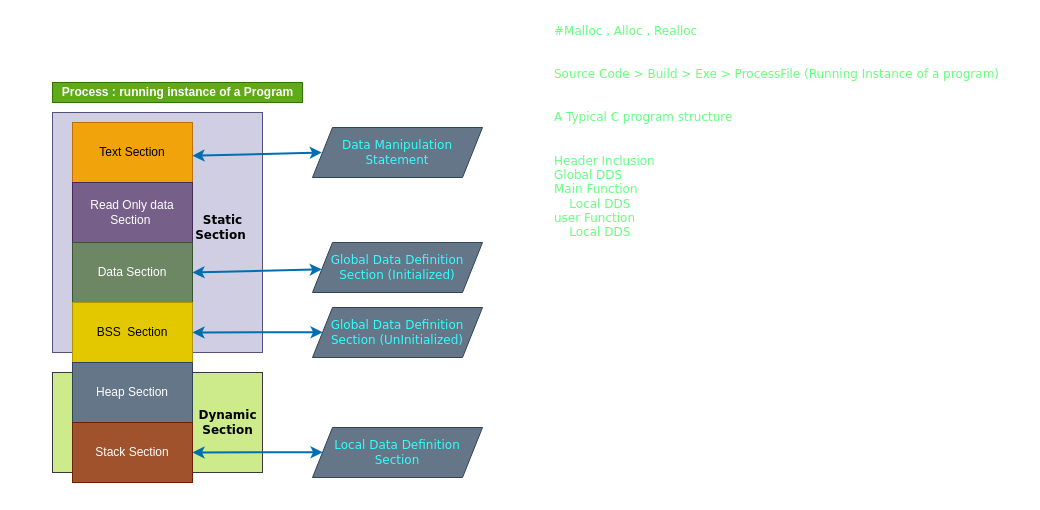
The draw.io diagram class/20230104_SESSION_052/alloc_malloc_realloc.drawio in sshrungare/a_year_in_c, before the edit. Source tidied: cells renumbered, new cells numbered last; positions are measured from the earlier drawing's top-left corner, leaving out a move shared by most shapes. Both pictures are drawn from the tidied source at 100%, with x=0, y=0 at pixel (52, 17).
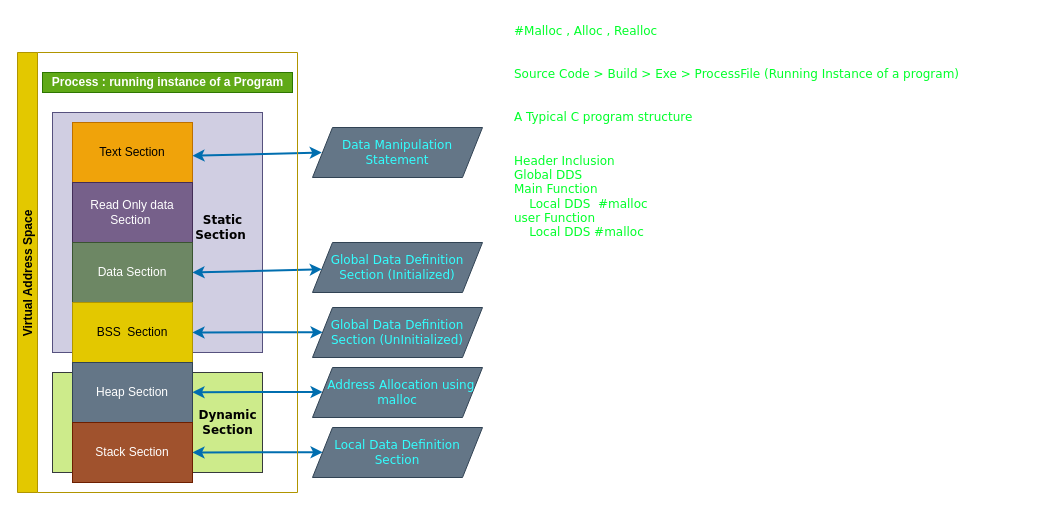
The same diagram, later.

Commit message (it also covers changes not shown here):
Added Dynamic Memory Allocation

The edit, as a diff of the source:
```diff
@@
-    <mxCell id="10" value="&lt;b&gt;Process : running instance of a Program&lt;/b&gt;" style="text;html=1;align=center;verticalAlign=middle;fillColor=#60a917;strokeColor=#2D7600;rounded=0;fontColor=#ffffff;" parent="1" vertex="1">
-      <mxGeometry y="65" width="250" height="20" as="geometry" />
-    </mxCell>
-    <mxCell id="11" value="#Malloc , Alloc , Realloc&#10;&#10;&#10;Source Code &amp;gt; Build &amp;gt; Exe &amp;gt; ProcessFile (Running Instance of a program)&#10;&#10;&#10;A Typical C program structure&amp;nbsp;&#10;&#10;&#10;Header Inclusion&#10;Global DDS&amp;nbsp;&#10;Main Function&amp;nbsp;&#10;&amp;nbsp; &amp;nbsp; Local DDS&amp;nbsp;&#10;user Function&#10;&amp;nbsp; &amp;nbsp; Local DDS" style="text;whiteSpace=wrap;html=1;fontFamily=Verdana;fontStyle=0;textOpacity=60;fontColor=#00FF2A;" parent="1" vertex="1">
-      <mxGeometry x="500" width="470" height="230" as="geometry" />
+    <mxCell id="11" value="#Malloc , Alloc , Realloc&lt;br&gt;&lt;br&gt;&lt;br&gt;Source Code &amp;gt; Build &amp;gt; Exe &amp;gt; ProcessFile (Running Instance of a program)&lt;br&gt;&lt;br&gt;&lt;br&gt;A Typical C program structure&amp;nbsp;&lt;br&gt;&lt;br&gt;&lt;br&gt;Header Inclusion&lt;br&gt;Global DDS&amp;nbsp;&lt;br&gt;Main Function&amp;nbsp;&lt;br&gt;&amp;nbsp; &amp;nbsp; Local DDS&amp;nbsp; #malloc&lt;br&gt;user Function&lt;br&gt;&amp;nbsp; &amp;nbsp; Local DDS #malloc&amp;nbsp;&amp;nbsp;" style="text;whiteSpace=wrap;html=1;fontFamily=Verdana;fontStyle=0;fontColor=#00FF2A;" parent="1" vertex="1">
+      <mxGeometry x="460" width="470" height="230" as="geometry" />
     </mxCell>
@@
+    <mxCell id="22" value="Virtual Address Space" style="swimlane;horizontal=0;fillColor=#e3c800;fontColor=#000000;strokeColor=#B09500;startSize=20;" parent="1" vertex="1">
+      <mxGeometry x="-35" y="35" width="280" height="440" as="geometry" />
+    </mxCell>
+    <mxCell id="10" value="&lt;b&gt;Process : running instance of a Program&lt;/b&gt;" style="text;html=1;align=center;verticalAlign=middle;fillColor=#60a917;strokeColor=#2D7600;rounded=0;fontColor=#ffffff;" parent="22" vertex="1">
+      <mxGeometry x="25" y="20" width="250" height="20" as="geometry" />
+    </mxCell>
+    <mxCell id="23" style="endArrow=classic;startArrow=classic;html=1;fontFamily=Verdana;fontColor=#FF0000;fillColor=#1ba1e2;strokeColor=#006EAF;strokeWidth=2;" parent="22" edge="1">
+      <mxGeometry relative="1" as="geometry">
+        <mxPoint x="175" y="339.7" as="sourcePoint" />
+        <mxPoint x="305.1" y="339.5" as="targetPoint" />
+      </mxGeometry>
+    </mxCell>
+    <mxCell id="24" value="&lt;font color=&quot;#33ffff&quot;&gt;&amp;nbsp; Address Allocation using malloc&lt;/font&gt;" style="shape=parallelogram;perimeter=parallelogramPerimeter;whiteSpace=wrap;html=1;fixedSize=1;fontFamily=Verdana;fontColor=#ffffff;fillColor=#647687;strokeColor=#314354;" parent="1" vertex="1">
+      <mxGeometry x="260" y="350" width="170" height="50" as="geometry" />
+    </mxCell>
```
